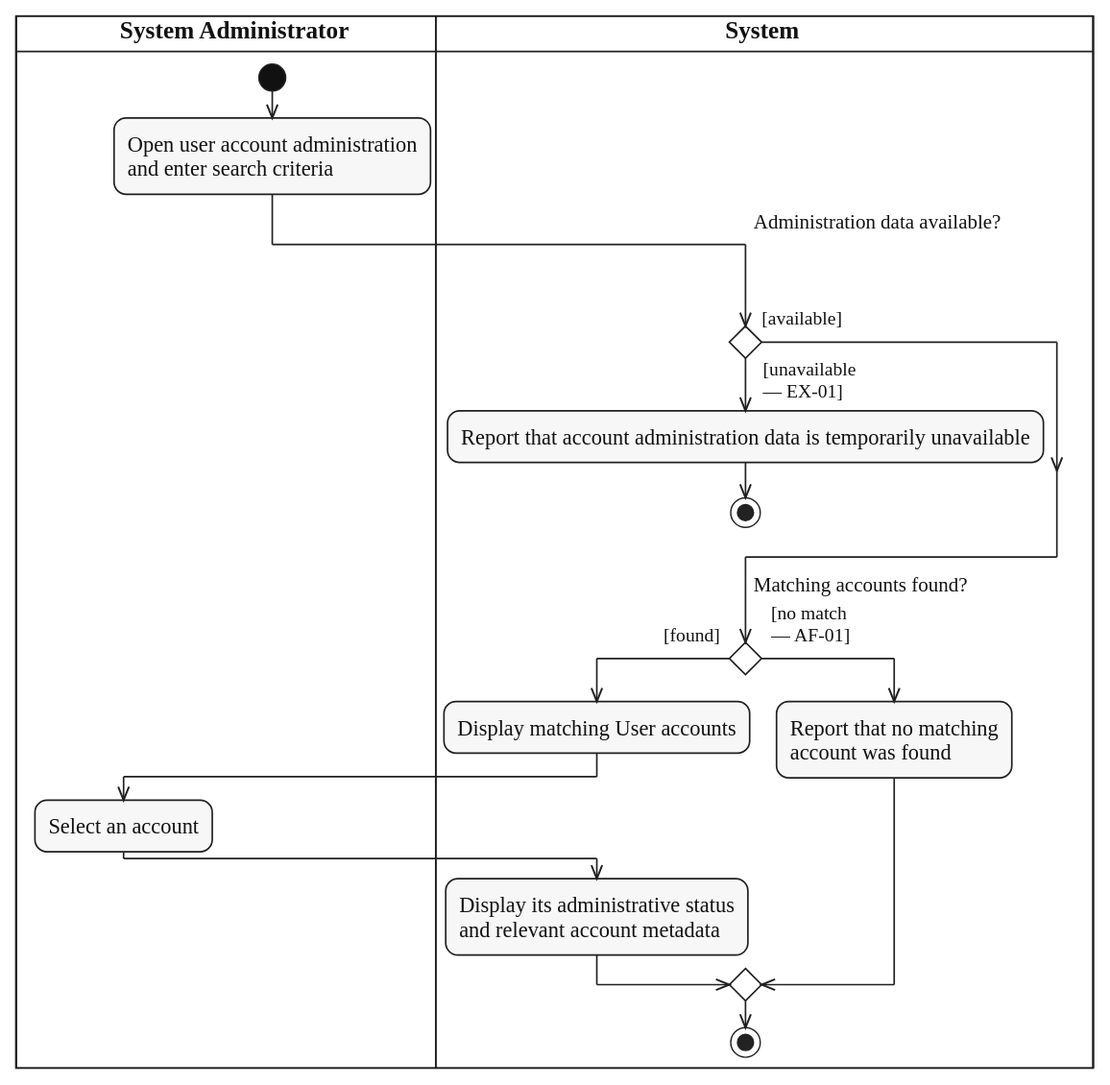
Above: diagrams/activity/system-administration/svg/UC-USER-ACCOUNTS-SEARCH.svg in lukenab/swd392-doc-automation (PlantUML), before the change. Its source is kept beside it as diagrams/activity/system-administration/source/UC-USER-ACCOUNTS-SEARCH.puml.
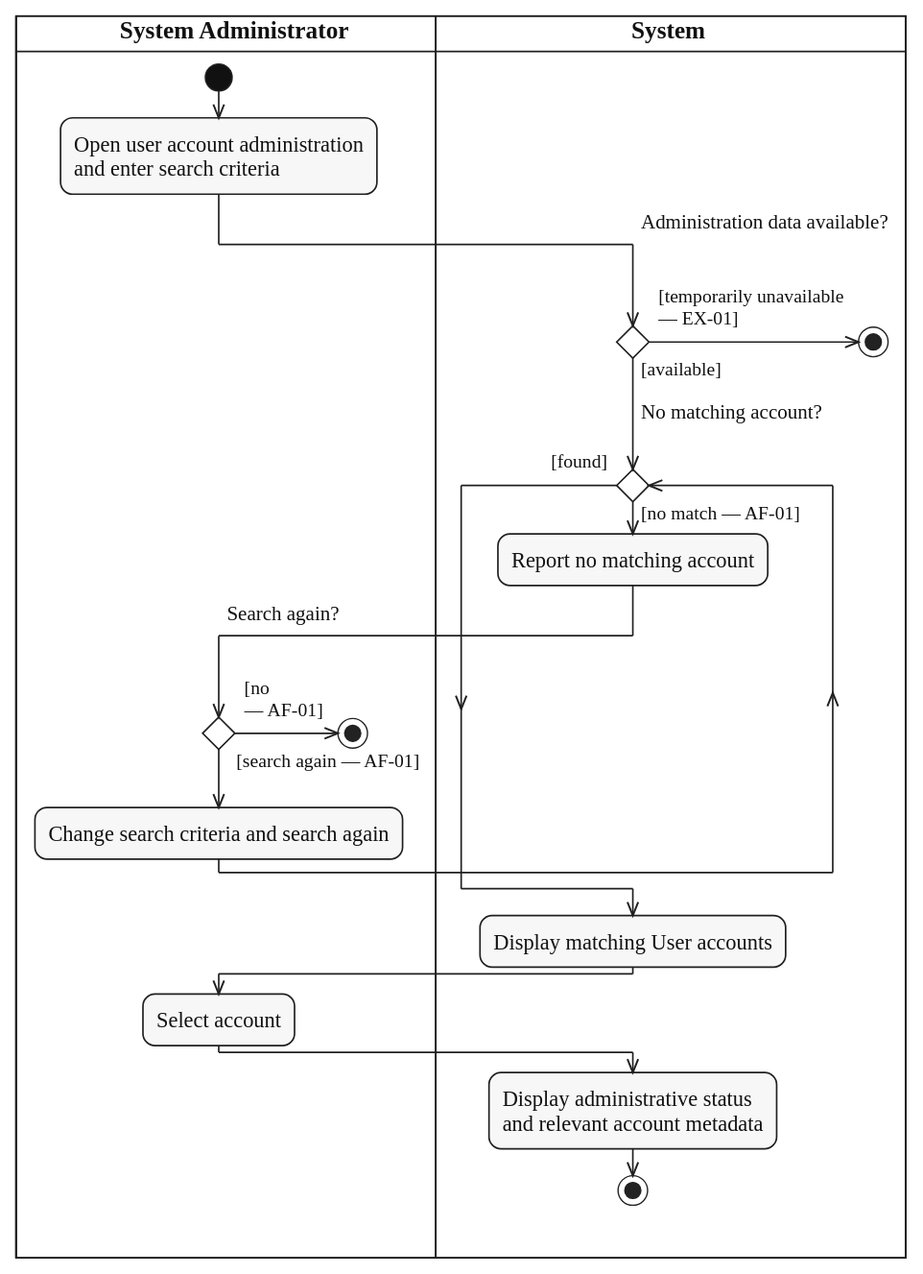
After the change.

Commit message:
docs(activity): shorten labels in system-administration diagrams

The edit, as a diff of the source:
```diff
@@ -9,20 +9,25 @@
 and enter search criteria;
 |SYS|
 if ($question_x("Administration data available?")) then ($guard_left("[available]"))
-else ($guard_right("[unavailable", "— EX-01]"))
-  :Report that account administration data is temporarily unavailable;
+  while ($question("No matching account?")) is ($guard_left("[no match — AF-01]"))
+    :Report no matching account;
+    |ADM|
+    if ($question_x("Search again?")) then ($guard_right("[no", "— AF-01]"))
+      stop
+    else ($guard("[search again — AF-01]"))
+    endif
+    :Change search criteria and search again;
+    |SYS|
+  endwhile ($guard("[found]"))
+  :Display matching User accounts;
+  |ADM|
+  :Select account;
+  |SYS|
+  :Display administrative status
+  and relevant account metadata;
+  stop
+else ($guard_right("[temporarily unavailable", "— EX-01]"))
+  |SYS|
   stop
 endif
-if ($question("Matching accounts found?")) then ($guard_left("[found]"))
-  :Display matching User accounts;
-  |ADM|
-  :Select an account;
-  |SYS|
-  :Display its administrative status
-  and relevant account metadata;
-else ($guard_right("[no match", "— AF-01]"))
-  :Report that no matching
-  account was found;
-endif
-stop
 @enduml
```
